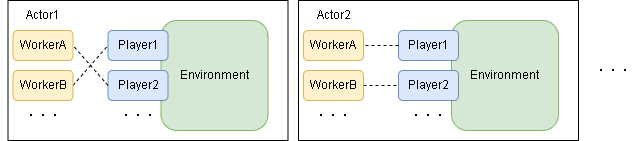
Before: diagrams/overview-multiplay.drawio.png, a diagram exported from draw.io (pocokhc/simple_distributed_rl). Source tidied: cells renumbered, new cells last; positions are measured from the earlier drawing's top-left corner, leaving out a move shared by most shapes.
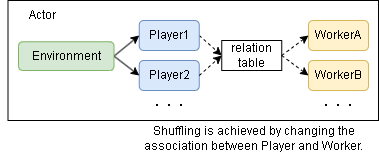
After the commit.

Change to the diagram source:
```diff
@@ -3,73 +3,55 @@
     <mxCell id="0" />
     <mxCell id="1" parent="0" />
     <mxCell id="2" style="rounded=0;whiteSpace=wrap;html=1;" parent="1" vertex="1">
-      <mxGeometry x="7.5" width="280" height="140" as="geometry" />
+      <mxGeometry x="7.5" width="370.5" height="120" as="geometry" />
     </mxCell>
     <mxCell id="3" value="WorkerA" style="rounded=1;whiteSpace=wrap;html=1;fillColor=#fff2cc;strokeColor=#d6b656;" parent="1" vertex="1">
-      <mxGeometry x="12.5" y="30" width="60" height="30" as="geometry" />
+      <mxGeometry x="308" y="20" width="60" height="30" as="geometry" />
     </mxCell>
-    <mxCell id="4" value="Actor1" style="text;html=1;strokeColor=none;fillColor=none;align=center;verticalAlign=middle;whiteSpace=wrap;rounded=0;" parent="1" vertex="1">
+    <mxCell id="4" value="Actor" style="text;html=1;strokeColor=none;fillColor=none;align=center;verticalAlign=middle;whiteSpace=wrap;rounded=0;" parent="1" vertex="1">
       <mxGeometry width="85" height="30" as="geometry" />
     </mxCell>
-    <mxCell id="5" value="Environment" style="rounded=1;whiteSpace=wrap;html=1;fillColor=#d5e8d4;strokeColor=#82b366;" parent="1" vertex="1">
-      <mxGeometry x="160.5" y="20" width="107" height="110" as="geometry" />
-    </mxCell>
+    <mxCell id="25" style="rounded=0;jettySize=auto;html=1;exitX=1;exitY=0.5;exitDx=0;exitDy=0;entryX=0;entryY=0.5;entryDx=0;entryDy=0;dashed=1;" parent="1" edge="1" source="6" target="30">
+      <mxGeometry relative="1" as="geometry" />
+    </mxCell>
     <mxCell id="6" value="Player1" style="rounded=1;whiteSpace=wrap;html=1;fillColor=#dae8fc;strokeColor=#6c8ebf;" parent="1" vertex="1">
-      <mxGeometry x="107.5" y="30" width="60" height="30" as="geometry" />
+      <mxGeometry x="138.8" y="20" width="60" height="30" as="geometry" />
     </mxCell>
-    <mxCell id="7" style="rounded=0;jettySize=auto;html=1;exitX=1;exitY=0.5;exitDx=0;exitDy=0;entryX=0;entryY=0.5;entryDx=0;entryDy=0;endArrow=none;endFill=0;dashed=1;" parent="1" edge="1" source="8" target="6">
-      <mxGeometry relative="1" as="geometry" />
-    </mxCell>
     <mxCell id="8" value="WorkerB" style="rounded=1;whiteSpace=wrap;html=1;fillColor=#fff2cc;strokeColor=#d6b656;" parent="1" vertex="1">
-      <mxGeometry x="12.5" y="70" width="60" height="30" as="geometry" />
+      <mxGeometry x="308" y="60" width="60" height="30" as="geometry" />
     </mxCell>
     <mxCell id="9" value="Player2" style="rounded=1;whiteSpace=wrap;html=1;fillColor=#dae8fc;strokeColor=#6c8ebf;" parent="1" vertex="1">
-      <mxGeometry x="107.5" y="70" width="60" height="30" as="geometry" />
+      <mxGeometry x="138.8" y="60" width="60" height="30" as="geometry" />
     </mxCell>
     <mxCell id="10" value="・・・" style="text;html=1;strokeColor=none;fillColor=none;align=center;verticalAlign=middle;whiteSpace=wrap;rounded=0;" parent="1" vertex="1">
-      <mxGeometry x="112.5" y="100" width="50" height="30" as="geometry" />
+      <mxGeometry x="313" y="90" width="50" height="30" as="geometry" />
     </mxCell>
     <mxCell id="11" value="・・・" style="text;html=1;strokeColor=none;fillColor=none;align=center;verticalAlign=middle;whiteSpace=wrap;rounded=0;" parent="1" vertex="1">
-      <mxGeometry x="17.5" y="100" width="50" height="30" as="geometry" />
+      <mxGeometry x="143.8" y="90" width="50" height="30" as="geometry" />
     </mxCell>
-    <mxCell id="12" style="rounded=0;jettySize=auto;html=1;exitX=0;exitY=0.5;exitDx=0;exitDy=0;entryX=1;entryY=0.5;entryDx=0;entryDy=0;endArrow=none;endFill=0;dashed=1;" parent="1" edge="1" source="9" target="3">
-      <mxGeometry relative="1" as="geometry" />
-    </mxCell>
-    <mxCell id="13" style="rounded=0;whiteSpace=wrap;html=1;" parent="1" vertex="1">
-      <mxGeometry x="298" width="280" height="140" as="geometry" />
-    </mxCell>
-    <mxCell id="14" value="WorkerA" style="rounded=1;whiteSpace=wrap;html=1;fillColor=#fff2cc;strokeColor=#d6b656;" parent="1" vertex="1">
-      <mxGeometry x="303" y="30" width="60" height="30" as="geometry" />
-    </mxCell>
-    <mxCell id="15" value="Actor2" style="text;html=1;strokeColor=none;fillColor=none;align=center;verticalAlign=middle;whiteSpace=wrap;rounded=0;" parent="1" vertex="1">
-      <mxGeometry x="290.5" width="85" height="30" as="geometry" />
-    </mxCell>
-    <mxCell id="16" value="Environment" style="rounded=1;whiteSpace=wrap;html=1;fillColor=#d5e8d4;strokeColor=#82b366;" parent="1" vertex="1">
-      <mxGeometry x="451" y="20" width="107" height="110" as="geometry" />
-    </mxCell>
-    <mxCell id="17" value="Player1" style="rounded=1;whiteSpace=wrap;html=1;fillColor=#dae8fc;strokeColor=#6c8ebf;" parent="1" vertex="1">
-      <mxGeometry x="398" y="30" width="60" height="30" as="geometry" />
-    </mxCell>
-    <mxCell id="18" style="rounded=0;jettySize=auto;html=1;exitX=1;exitY=0.5;exitDx=0;exitDy=0;entryX=0;entryY=0.5;entryDx=0;entryDy=0;endArrow=none;endFill=0;dashed=1;" parent="1" edge="1" source="19" target="20">
-      <mxGeometry relative="1" as="geometry" />
-    </mxCell>
-    <mxCell id="19" value="WorkerB" style="rounded=1;whiteSpace=wrap;html=1;fillColor=#fff2cc;strokeColor=#d6b656;" parent="1" vertex="1">
-      <mxGeometry x="303" y="70" width="60" height="30" as="geometry" />
-    </mxCell>
-    <mxCell id="20" value="Player2" style="rounded=1;whiteSpace=wrap;html=1;fillColor=#dae8fc;strokeColor=#6c8ebf;" parent="1" vertex="1">
-      <mxGeometry x="398" y="70" width="60" height="30" as="geometry" />
-    </mxCell>
-    <mxCell id="21" value="・・・" style="text;html=1;strokeColor=none;fillColor=none;align=center;verticalAlign=middle;whiteSpace=wrap;rounded=0;" parent="1" vertex="1">
-      <mxGeometry x="403" y="100" width="50" height="30" as="geometry" />
-    </mxCell>
-    <mxCell id="22" value="・・・" style="text;html=1;strokeColor=none;fillColor=none;align=center;verticalAlign=middle;whiteSpace=wrap;rounded=0;" parent="1" vertex="1">
-      <mxGeometry x="308" y="100" width="50" height="30" as="geometry" />
-    </mxCell>
-    <mxCell id="23" style="rounded=0;jettySize=auto;html=1;exitX=0;exitY=0.5;exitDx=0;exitDy=0;entryX=1;entryY=0.5;entryDx=0;entryDy=0;endArrow=none;endFill=0;dashed=1;" parent="1" edge="1" source="17" target="14">
-      <mxGeometry relative="1" as="geometry" />
-    </mxCell>
-    <mxCell id="24" value="・・・" style="text;html=1;strokeColor=none;fillColor=none;align=center;verticalAlign=middle;whiteSpace=wrap;rounded=0;" parent="1" vertex="1">
-      <mxGeometry x="588" y="55" width="50" height="30" as="geometry" />
-    </mxCell>
+    <mxCell id="26" style="rounded=0;jettySize=auto;html=1;exitX=1;exitY=0.5;exitDx=0;exitDy=0;entryX=0;entryY=0.5;entryDx=0;entryDy=0;" parent="1" edge="1" source="28" target="6">
+      <mxGeometry relative="1" as="geometry" />
+    </mxCell>
+    <mxCell id="27" style="rounded=0;jettySize=auto;html=1;exitX=1;exitY=0.5;exitDx=0;exitDy=0;entryX=0;entryY=0.5;entryDx=0;entryDy=0;" parent="1" edge="1" source="28" target="9">
+      <mxGeometry relative="1" as="geometry" />
+    </mxCell>
+    <mxCell id="28" value="Environment" style="rounded=1;whiteSpace=wrap;html=1;fillColor=#d5e8d4;strokeColor=#82b366;" parent="1" vertex="1">
+      <mxGeometry x="18" y="41.3" width="95.5" height="28.7" as="geometry" />
+    </mxCell>
+    <mxCell id="29" value="Shuffling is achieved by changing the association between Player and Worker." style="text;html=1;strokeColor=none;fillColor=none;align=center;verticalAlign=middle;whiteSpace=wrap;rounded=0;" parent="1" vertex="1">
+      <mxGeometry x="138.8" y="110" width="229.2" height="55" as="geometry" />
+    </mxCell>
+    <mxCell id="30" value="relation&lt;br&gt;table" style="rounded=0;whiteSpace=wrap;html=1;" parent="1" vertex="1">
+      <mxGeometry x="221.2" y="40" width="60" height="30" as="geometry" />
+    </mxCell>
+    <mxCell id="31" style="rounded=0;jettySize=auto;html=1;exitX=1;exitY=0.5;exitDx=0;exitDy=0;entryX=0;entryY=0.5;entryDx=0;entryDy=0;dashed=1;" parent="1" edge="1" source="9" target="30">
+      <mxGeometry relative="1" as="geometry" />
+    </mxCell>
+    <mxCell id="32" style="rounded=0;jettySize=auto;html=1;exitX=1;exitY=0.5;exitDx=0;exitDy=0;entryX=0;entryY=0.5;entryDx=0;entryDy=0;dashed=1;" parent="1" edge="1" source="30" target="3">
+      <mxGeometry relative="1" as="geometry" />
+    </mxCell>
+    <mxCell id="33" style="rounded=0;jettySize=auto;html=1;exitX=1;exitY=0.5;exitDx=0;exitDy=0;entryX=0;entryY=0.5;entryDx=0;entryDy=0;dashed=1;" parent="1" edge="1" source="30" target="8">
+      <mxGeometry relative="1" as="geometry" />
+    </mxCell>
   </root>
 </mxGraphModel>
```
